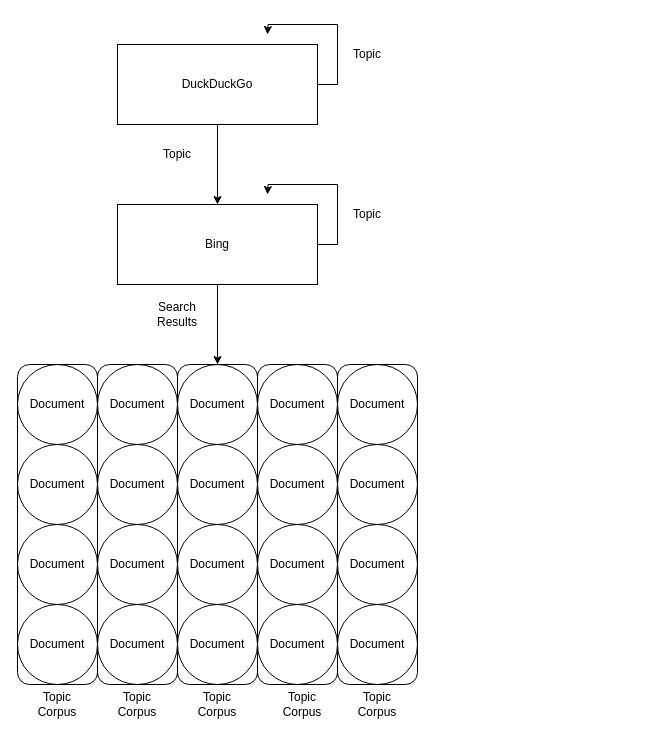
Earlier version of the draw.io diagram PoC.drawio (nicksettje/unique-search). Source tidied: cells renumbered, new cells numbered last; positions are measured from the earlier drawing's top-left corner, leaving out a move shared by most shapes. Both pictures are drawn from the tidied source at 100%, with x=0, y=0 at pixel (17, 34).
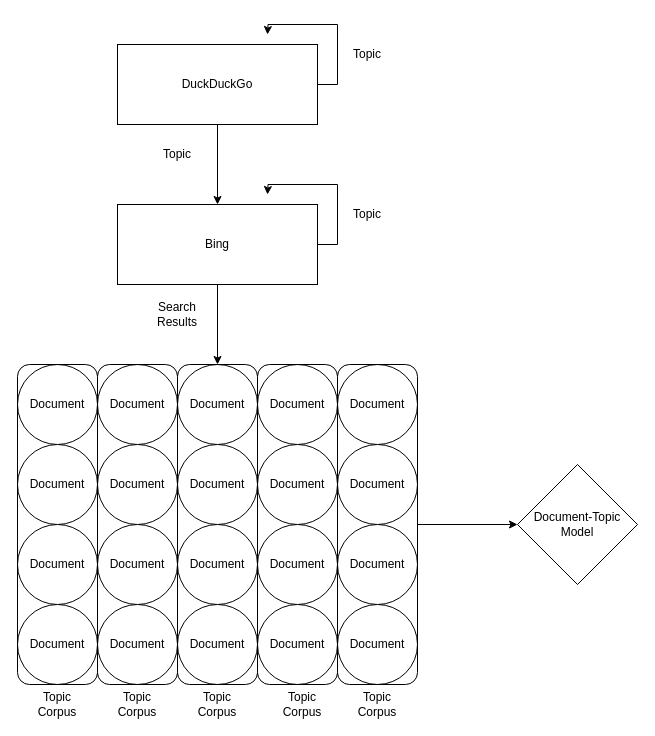
The same page after the edit.

Unchanged cells that the change refers to:
```xml
<mxCell id="36" style="rounded=1;whiteSpace=wrap;html=1;fillColor=none;" parent="1" vertex="1">
  <mxGeometry x="320" y="330" width="80" height="320" as="geometry" />
</mxCell>
```

The edit, as a diff of the source:
```diff
@@
+    <mxCell id="42" style="edgeStyle=orthogonalEdgeStyle;rounded=0;jettySize=auto;html=1;entryX=0;entryY=0.5;entryDx=0;entryDy=0;" parent="1" edge="1" source="36" target="43">
+      <mxGeometry relative="1" as="geometry" />
+    </mxCell>
@@
+    <mxCell id="43" value="Document-Topic Model" style="rhombus;whiteSpace=wrap;html=1;fillColor=none;" parent="1" vertex="1">
+      <mxGeometry x="500" y="430" width="120" height="120" as="geometry" />
+    </mxCell>
```
